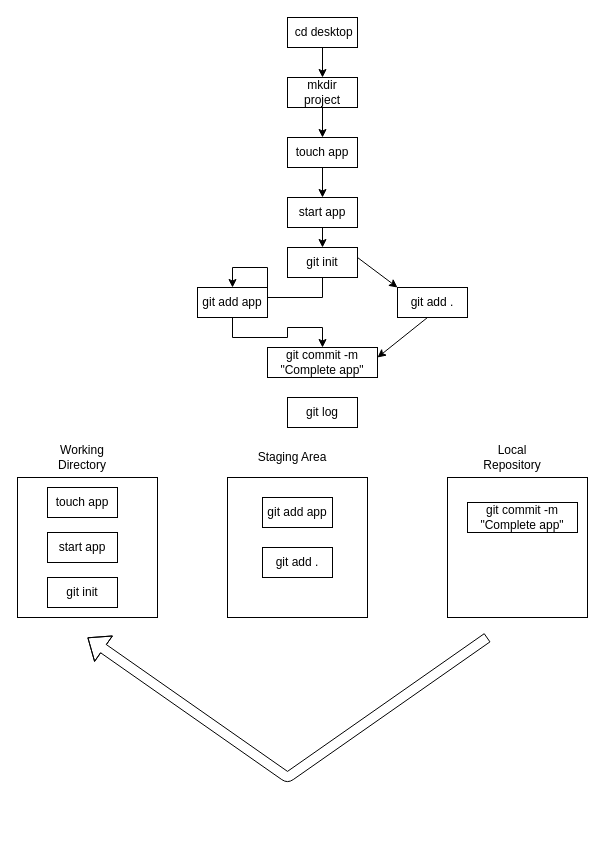
The draw.io diagram Untitled Diagram.drawio in Maestro-script/Story, before the edit. Source tidied: cells renumbered, new cells numbered last; positions are measured from the earlier drawing's top-left corner, leaving out a move shared by most shapes. Both pictures are drawn from the tidied source at 100%, with x=0, y=0 at pixel (17, 17).
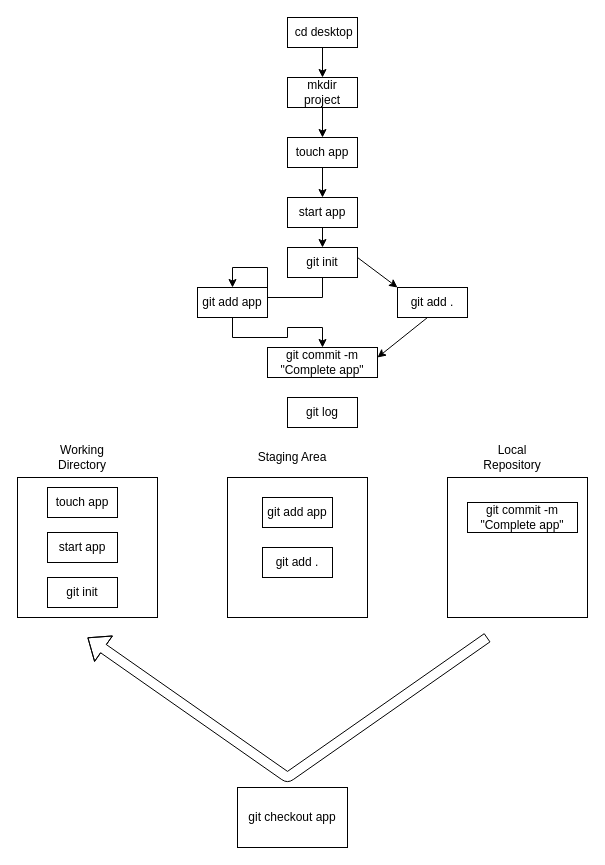
The same page after the edit.

What changed in the source:
```diff
@@
+    <mxCell id="32" value="git checkout app" style="rounded=0;whiteSpace=wrap;html=1;" parent="1" vertex="1">
+      <mxGeometry x="220" y="770" width="110" height="60" as="geometry" />
+    </mxCell>
```
